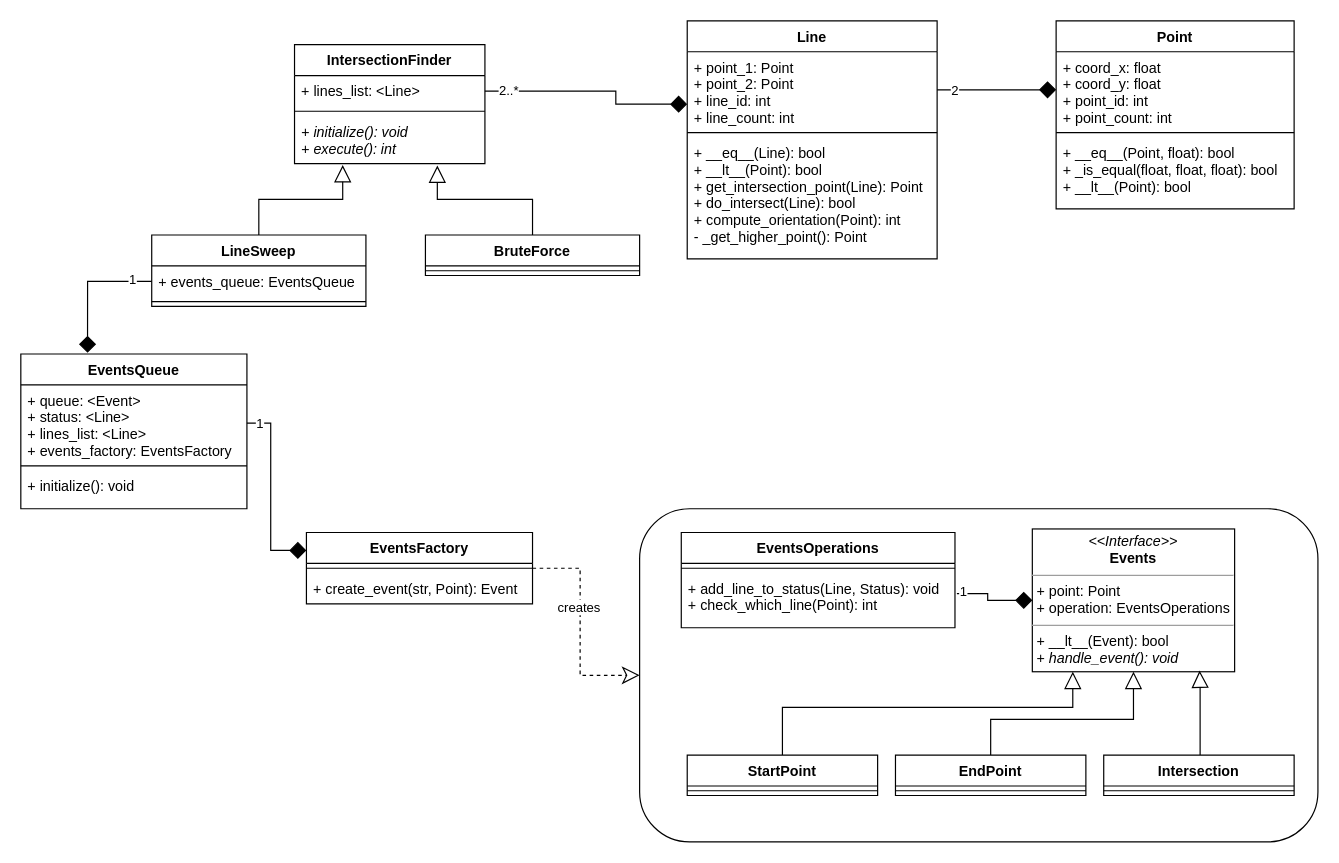
lbteixeira/geometrio keeps this draw.io diagram as docs/geometrio.drawio. Above is the earlier version. Source tidied: cells renumbered, new cells numbered last; positions are measured from the earlier drawing's top-left corner, leaving out a move shared by most shapes. Both pictures are drawn from the tidied source at 119%, with x=0, y=0 at pixel (20, 20).
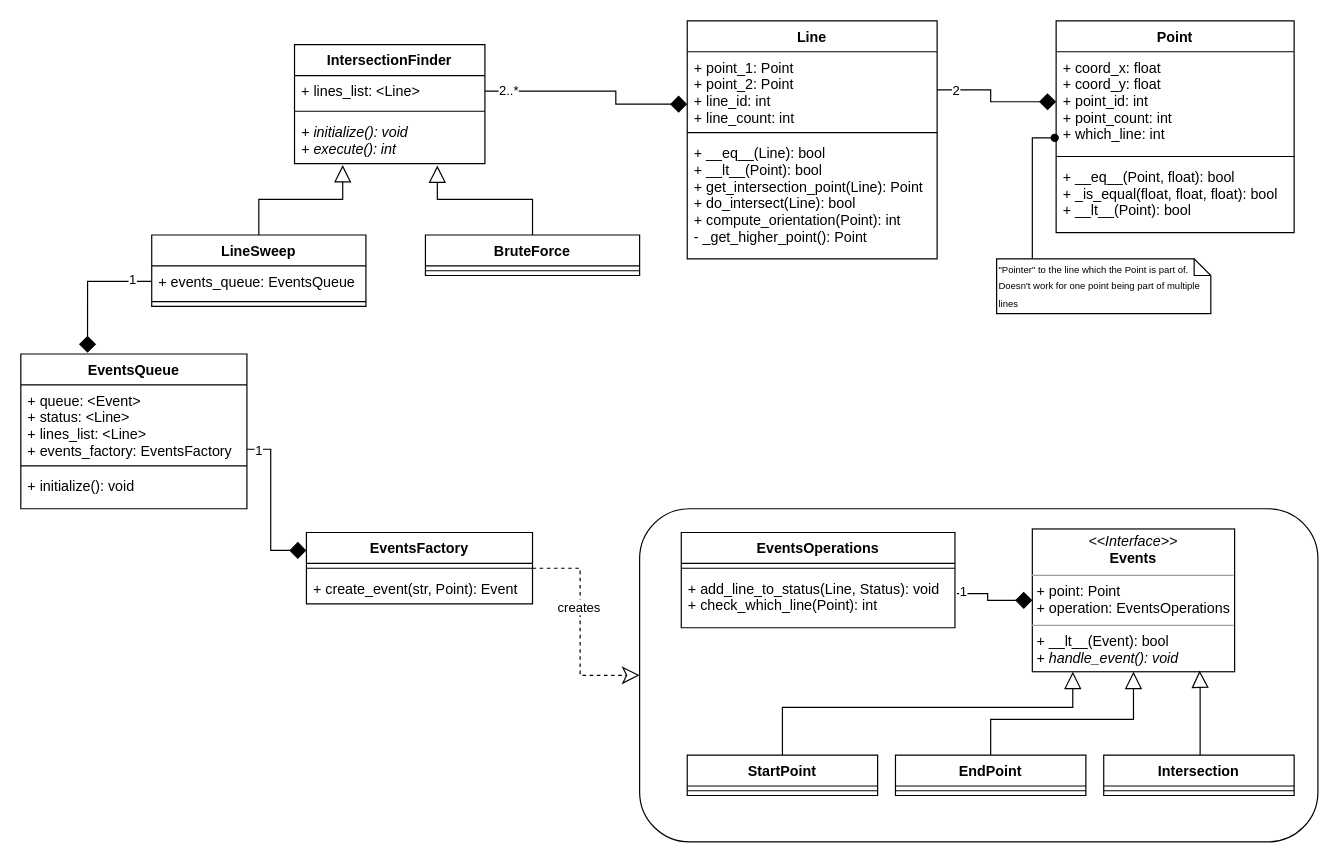
Above is the later version.

Commit message (it also covers changes not shown here):
Included a reference to the line a point is part of

Unchanged cells that the change refers to:
```xml
<mxCell id="18" value="+ queue: &lt;Event&gt;&#10;+ status: &lt;Line&gt;&#10;+ lines_list: &lt;Line&gt;&#10;+ events_factory: EventsFactory&#10;" style="text;strokeColor=none;fillColor=none;align=left;verticalAlign=top;spacingLeft=4;spacingRight=4;overflow=hidden;points=[[0,0.5],[1,0.5]];portConstraint=eastwest;" parent="17" vertex="1">
  <mxGeometry y="26" width="190" height="64" as="geometry" />
</mxCell>
<mxCell id="30" value="EventsFactory" style="swimlane;fontStyle=1;align=center;verticalAlign=top;horizontal=1;startSize=26;" parent="1" vertex="1">
  <mxGeometry x="240" y="430" width="190" height="60" as="geometry" />
</mxCell>
```

Diff of the diagram source:
```diff
@@
     <mxCell id="13" style="edgeStyle=orthogonalEdgeStyle;rounded=0;jettySize=auto;html=1;entryX=0;entryY=0.25;entryDx=0;entryDy=0;startArrow=none;startFill=0;startSize=12;endArrow=diamond;endFill=1;endSize=12;strokeWidth=1;" parent="1" edge="1" source="18" target="30">
-      <mxGeometry relative="1" as="geometry" />
+      <mxGeometry relative="1" as="geometry">
+        <Array as="points">
+          <mxPoint x="210" y="360" />
+          <mxPoint x="210" y="445" />
+        </Array>
+      </mxGeometry>
     </mxCell>
@@
     <mxCell id="48" value="Point" style="swimlane;fontStyle=1;align=center;verticalAlign=top;horizontal=1;startSize=26;fillColor=none;" parent="1" vertex="1">
-      <mxGeometry x="870" width="200" height="158" as="geometry" />
+      <mxGeometry x="870" width="200" height="178" as="geometry" />
     </mxCell>
-    <mxCell id="49" value="+ coord_x: float&#10;+ coord_y: float&#10;+ point_id: int&#10;+ point_count: int" style="text;strokeColor=none;fillColor=none;align=left;verticalAlign=top;spacingLeft=4;spacingRight=4;overflow=hidden;points=[[0,0.5],[1,0.5]];portConstraint=eastwest;" parent="48" vertex="1">
-      <mxGeometry y="26" width="200" height="64" as="geometry" />
+    <mxCell id="49" value="+ coord_x: float&#10;+ coord_y: float&#10;+ point_id: int&#10;+ point_count: int&#10;+ which_line: int" style="text;strokeColor=none;fillColor=none;align=left;verticalAlign=top;spacingLeft=4;spacingRight=4;overflow=hidden;points=[[0,0.5],[1,0.5]];portConstraint=eastwest;" parent="48" vertex="1">
+      <mxGeometry y="26" width="200" height="84" as="geometry" />
     </mxCell>
     <mxCell id="50" style="line;strokeWidth=1;fillColor=none;align=left;verticalAlign=middle;spacingTop=-1;spacingLeft=3;spacingRight=3;labelPosition=right;" parent="48" vertex="1">
-      <mxGeometry y="90" width="200" height="8" as="geometry" />
+      <mxGeometry y="110" width="200" height="8" as="geometry" />
     </mxCell>
     <mxCell id="51" value="+ __eq__(Point, float): bool&#10;+ _is_equal(float, float, float): bool&#10;+ __lt__(Point): bool" style="text;strokeColor=none;fillColor=none;align=left;verticalAlign=top;spacingLeft=4;spacingRight=4;overflow=hidden;" parent="48" vertex="1">
-      <mxGeometry y="98" width="200" height="60" as="geometry" />
+      <mxGeometry y="118" width="200" height="60" as="geometry" />
     </mxCell>
@@
+    <mxCell id="54" style="edgeStyle=orthogonalEdgeStyle;rounded=0;jettySize=auto;html=1;entryX=-0.006;entryY=0.861;entryDx=0;entryDy=0;entryPerimeter=0;endArrow=oval;endFill=1;" parent="1" edge="1" source="55" target="49">
+      <mxGeometry relative="1" as="geometry">
+        <Array as="points">
+          <mxPoint x="850" y="98" />
+        </Array>
+      </mxGeometry>
+    </mxCell>
+    <mxCell id="55" value="&lt;font style=&quot;font-size: 8px&quot;&gt;&quot;Pointer&quot; to the line which the Point is part of. Doesn't work for one point being part of multiple lines&lt;/font&gt;" style="shape=note;whiteSpace=wrap;html=1;size=14;verticalAlign=top;align=left;spacingTop=-6;" parent="1" vertex="1">
+      <mxGeometry x="820" y="200" width="180" height="46" as="geometry" />
+    </mxCell>
```
